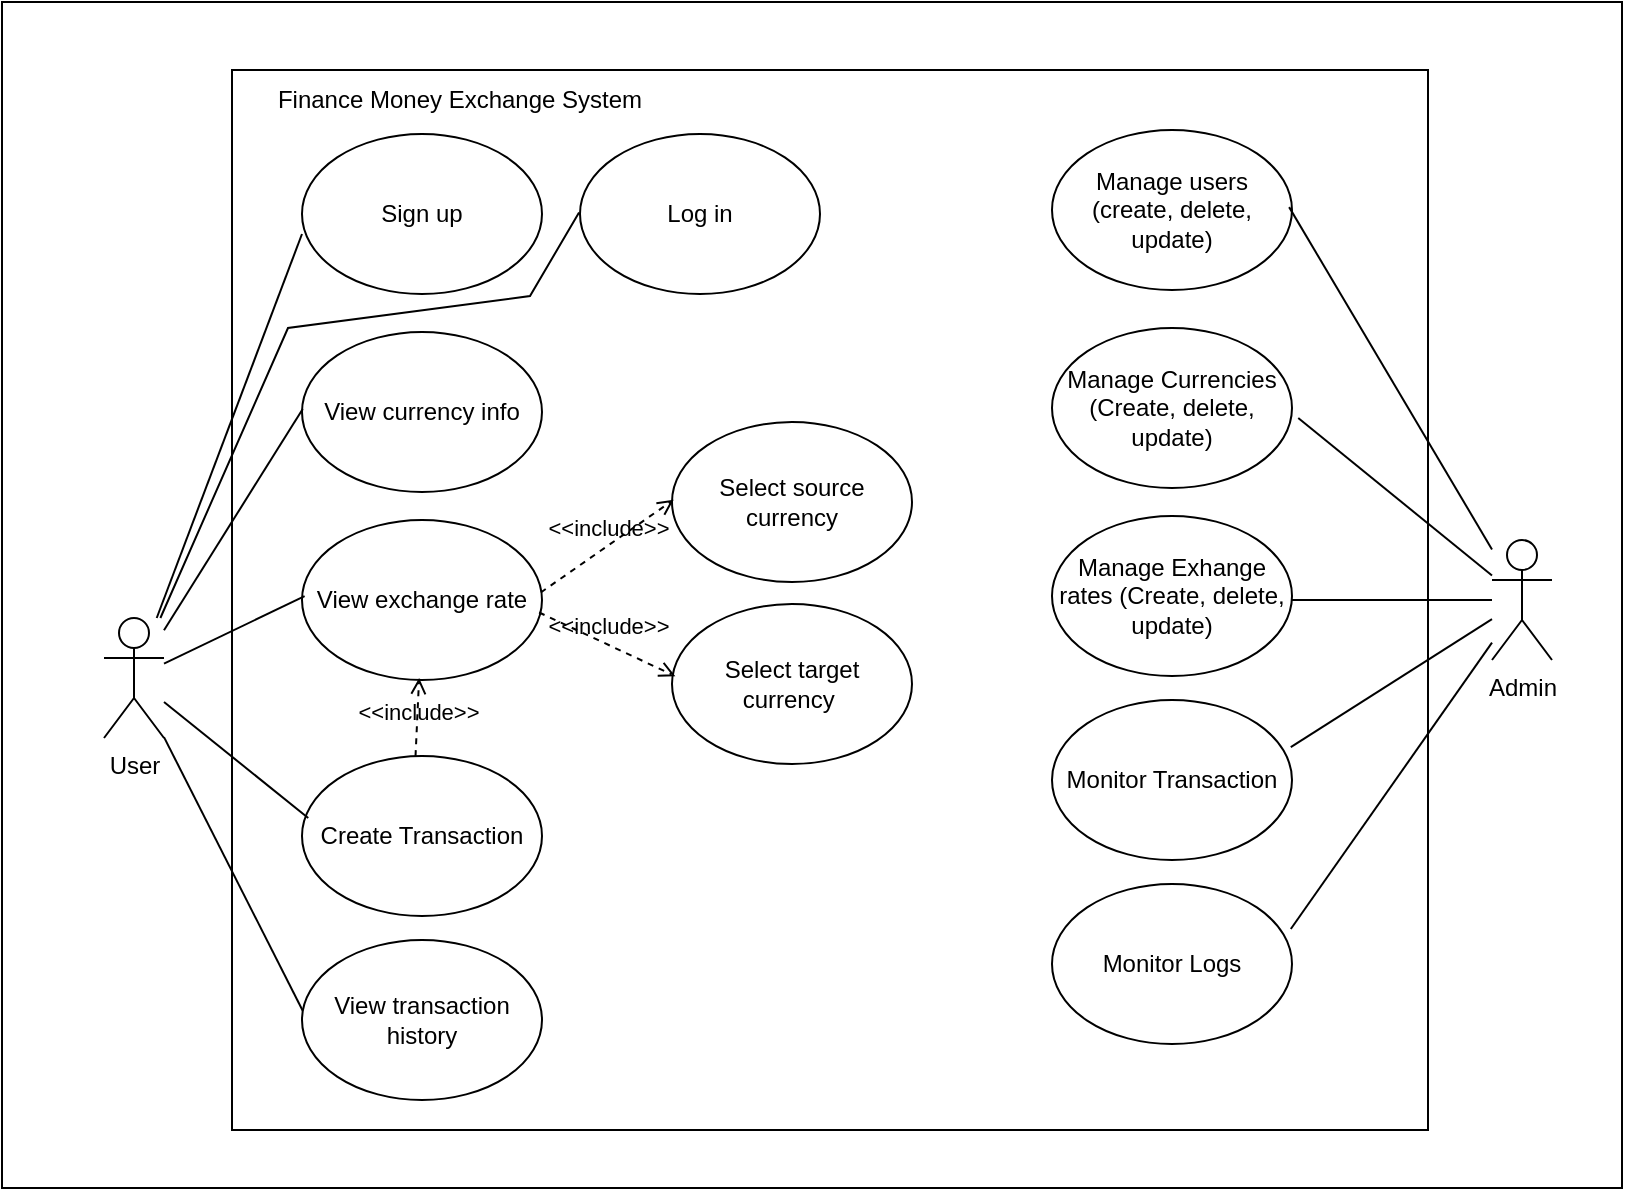
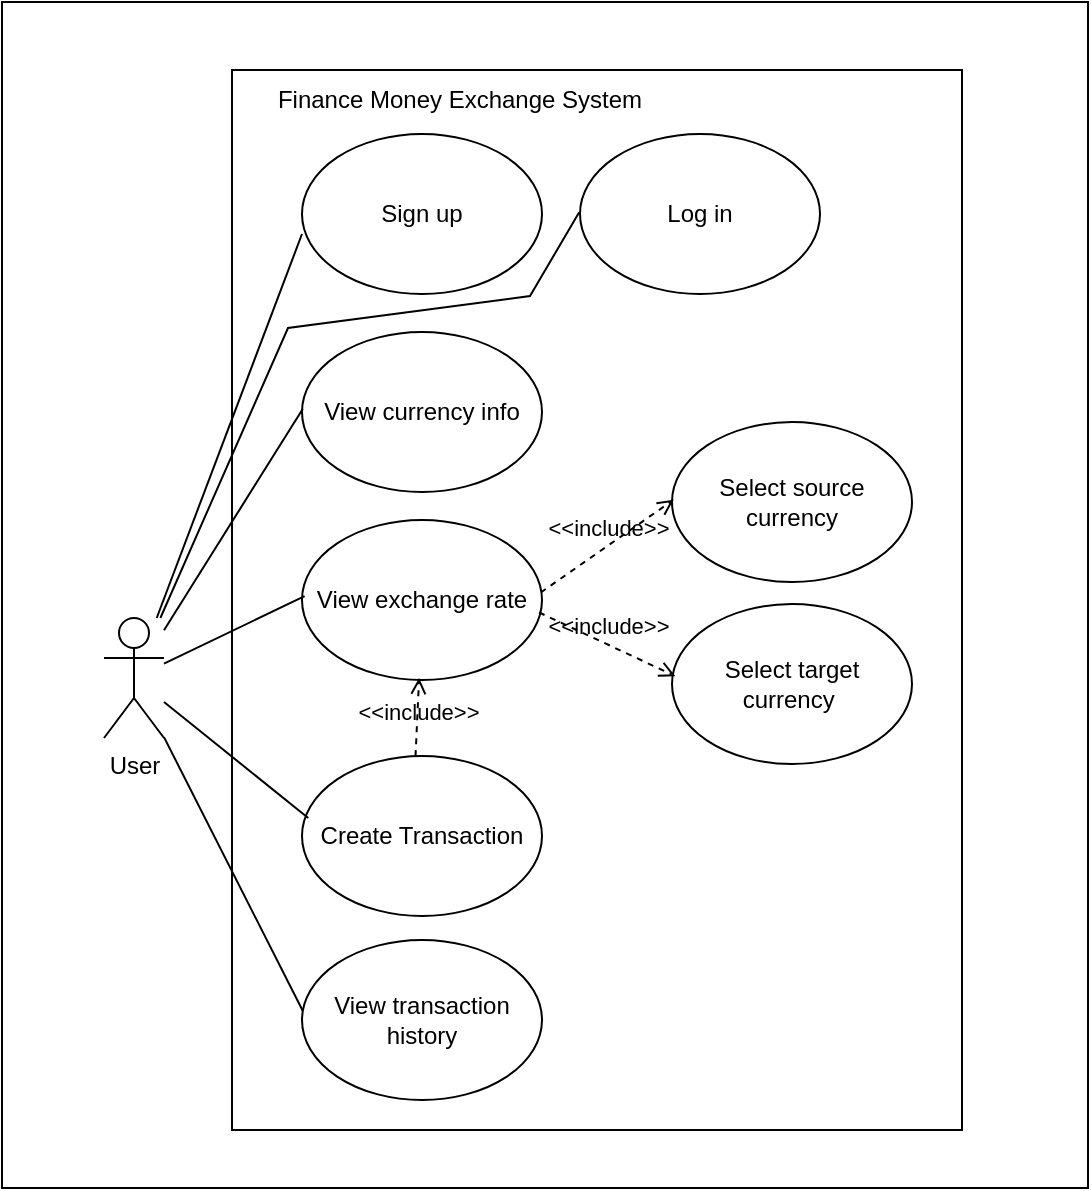
<mxfile host="app.diagrams.net">
  <diagram name="Page-1" id="EsPDE59GvTRvtKFqmjGg">
-     <mxGraphModel dx="1685" dy="556" grid="0" gridSize="10" guides="1" tooltips="1" connect="0" arrows="1" fold="1" page="1" pageScale="1" pageWidth="850" pageHeight="1100" background="#ffffff" math="0" shadow="0">
+     <mxGraphModel dx="1768" dy="612" grid="0" gridSize="10" guides="1" tooltips="1" connect="0" arrows="1" fold="1" page="1" pageScale="1" pageWidth="850" pageHeight="1100" background="#ffffff" math="0" shadow="0">
      <root>
        <mxCell id="0" />
        <mxCell id="1" parent="0" />
        <mxCell id="db6eSob7OuOy52q7YnZ2-105" parent="1" style="rounded=0;whiteSpace=wrap;html=1;" value="" vertex="1">
-           <mxGeometry height="593" width="810" x="-4" y="21" as="geometry" />
+           <mxGeometry height="593" width="543" x="-4" y="21" as="geometry" />
        </mxCell>
        <mxCell id="db6eSob7OuOy52q7YnZ2-83" parent="1" style="rounded=0;whiteSpace=wrap;html=1;" value="" vertex="1">
-           <mxGeometry height="530" width="598" x="111" y="55" as="geometry" />
+           <mxGeometry height="530" width="365" x="111" y="55" as="geometry" />
        </mxCell>
        <mxCell id="KX3Xa2U4nPOGi9V9Zbjt-1" parent="1" style="shape=umlActor;verticalLabelPosition=bottom;verticalAlign=top;html=1;outlineConnect=0;" value="User&lt;div&gt;&lt;br&gt;&lt;/div&gt;" vertex="1">
          <mxGeometry height="60" width="30" x="47" y="329" as="geometry" />
        </mxCell>
        <mxCell id="db6eSob7OuOy52q7YnZ2-1" parent="1" style="ellipse;whiteSpace=wrap;html=1;" value="Sign up" vertex="1">
          <mxGeometry height="80" width="120" x="146" y="87" as="geometry" />
        </mxCell>
        <mxCell id="db6eSob7OuOy52q7YnZ2-2" parent="1" style="ellipse;whiteSpace=wrap;html=1;" value="Log in" vertex="1">
          <mxGeometry height="80" width="120" x="285" y="87" as="geometry" />
        </mxCell>
        <mxCell id="db6eSob7OuOy52q7YnZ2-29" edge="1" parent="1" source="KX3Xa2U4nPOGi9V9Zbjt-1" style="endArrow=none;html=1;rounded=0;entryX=0;entryY=0.625;entryDx=0;entryDy=0;entryPerimeter=0;" target="db6eSob7OuOy52q7YnZ2-1" value="">
          <mxGeometry height="50" relative="1" width="50" as="geometry">
            <mxPoint x="320" y="440" as="sourcePoint" />
            <mxPoint x="370" y="390" as="targetPoint" />
          </mxGeometry>
        </mxCell>
        <mxCell id="db6eSob7OuOy52q7YnZ2-66" edge="1" parent="1" source="KX3Xa2U4nPOGi9V9Zbjt-1" style="endArrow=none;html=1;rounded=0;entryX=-0.004;entryY=0.491;entryDx=0;entryDy=0;entryPerimeter=0;" target="db6eSob7OuOy52q7YnZ2-2" value="">
          <mxGeometry height="50" relative="1" width="50" as="geometry">
            <Array as="points">
              <mxPoint x="139" y="184" />
              <mxPoint x="260" y="168" />
            </Array>
            <mxPoint x="350" y="382" as="sourcePoint" />
            <mxPoint x="322" y="194" as="targetPoint" />
          </mxGeometry>
        </mxCell>
        <mxCell id="db6eSob7OuOy52q7YnZ2-68" parent="1" style="text;html=1;whiteSpace=wrap;strokeColor=none;fillColor=none;align=center;verticalAlign=middle;rounded=0;" value="Finance Money Exchange System" vertex="1">
          <mxGeometry height="30" width="198" x="126" y="55" as="geometry" />
        </mxCell>
        <mxCell id="db6eSob7OuOy52q7YnZ2-70" parent="1" style="ellipse;whiteSpace=wrap;html=1;" value="View exchange rate" vertex="1">
          <mxGeometry height="80" width="120" x="146" y="280" as="geometry" />
        </mxCell>
        <mxCell id="db6eSob7OuOy52q7YnZ2-71" parent="1" style="ellipse;whiteSpace=wrap;html=1;" value="View currency info" vertex="1">
          <mxGeometry height="80" width="120" x="146" y="186" as="geometry" />
        </mxCell>
        <mxCell id="db6eSob7OuOy52q7YnZ2-72" parent="1" style="ellipse;whiteSpace=wrap;html=1;" value="Create Transaction" vertex="1">
          <mxGeometry height="80" width="120" x="146" y="398" as="geometry" />
        </mxCell>
        <mxCell id="db6eSob7OuOy52q7YnZ2-73" parent="1" style="ellipse;whiteSpace=wrap;html=1;" value="View transaction history" vertex="1">
          <mxGeometry height="80" width="120" x="146" y="490" as="geometry" />
        </mxCell>
        <mxCell id="db6eSob7OuOy52q7YnZ2-74" parent="1" style="ellipse;whiteSpace=wrap;html=1;" value="Select source currency" vertex="1">
          <mxGeometry height="80" width="120" x="331" y="231" as="geometry" />
        </mxCell>
        <mxCell id="db6eSob7OuOy52q7YnZ2-75" parent="1" style="ellipse;whiteSpace=wrap;html=1;" value="Select target currency&amp;nbsp;" vertex="1">
          <mxGeometry height="80" width="120" x="331" y="322" as="geometry" />
        </mxCell>
        <mxCell id="db6eSob7OuOy52q7YnZ2-76" edge="1" parent="1" source="db6eSob7OuOy52q7YnZ2-70" style="html=1;verticalAlign=bottom;labelBackgroundColor=none;endArrow=open;endFill=0;dashed=1;rounded=0;entryX=0.007;entryY=0.486;entryDx=0;entryDy=0;entryPerimeter=0;exitX=0.995;exitY=0.453;exitDx=0;exitDy=0;exitPerimeter=0;" target="db6eSob7OuOy52q7YnZ2-74" value="&amp;lt;&amp;lt;include&amp;gt;&amp;gt;">
          <mxGeometry relative="1" width="160" as="geometry">
            <mxPoint x="261" y="319" as="sourcePoint" />
            <mxPoint x="421" y="319" as="targetPoint" />
          </mxGeometry>
        </mxCell>
        <mxCell id="db6eSob7OuOy52q7YnZ2-77" edge="1" parent="1" source="db6eSob7OuOy52q7YnZ2-70" style="html=1;verticalAlign=bottom;labelBackgroundColor=none;endArrow=open;endFill=0;dashed=1;rounded=0;entryX=0.014;entryY=0.451;entryDx=0;entryDy=0;entryPerimeter=0;exitX=0.988;exitY=0.578;exitDx=0;exitDy=0;exitPerimeter=0;" target="db6eSob7OuOy52q7YnZ2-75" value="&amp;lt;&amp;lt;include&amp;gt;&amp;gt;">
          <mxGeometry relative="1" width="160" as="geometry">
            <mxPoint x="261" y="319" as="sourcePoint" />
            <mxPoint x="421" y="319" as="targetPoint" />
          </mxGeometry>
        </mxCell>
        <mxCell id="db6eSob7OuOy52q7YnZ2-78" edge="1" parent="1" source="db6eSob7OuOy52q7YnZ2-72" style="html=1;verticalAlign=bottom;labelBackgroundColor=none;endArrow=open;endFill=0;dashed=1;rounded=0;exitX=0.473;exitY=0.001;exitDx=0;exitDy=0;exitPerimeter=0;entryX=0.488;entryY=0.987;entryDx=0;entryDy=0;entryPerimeter=0;" target="db6eSob7OuOy52q7YnZ2-70" value="&amp;lt;&amp;lt;include&amp;gt;&amp;gt;">
          <mxGeometry relative="1" width="160" x="-0.3285" y="-1" as="geometry">
            <mxPoint as="offset" />
            <mxPoint x="261" y="381" as="sourcePoint" />
            <mxPoint x="421" y="381" as="targetPoint" />
          </mxGeometry>
        </mxCell>
        <mxCell id="db6eSob7OuOy52q7YnZ2-79" edge="1" parent="1" source="KX3Xa2U4nPOGi9V9Zbjt-1" style="endArrow=none;html=1;rounded=0;entryX=0.003;entryY=0.481;entryDx=0;entryDy=0;entryPerimeter=0;" target="db6eSob7OuOy52q7YnZ2-71" value="">
          <mxGeometry height="50" relative="1" width="50" as="geometry">
            <mxPoint x="316" y="349" as="sourcePoint" />
            <mxPoint x="366" y="299" as="targetPoint" />
          </mxGeometry>
        </mxCell>
        <mxCell id="db6eSob7OuOy52q7YnZ2-80" edge="1" parent="1" source="KX3Xa2U4nPOGi9V9Zbjt-1" style="endArrow=none;html=1;rounded=0;entryX=0.011;entryY=0.476;entryDx=0;entryDy=0;entryPerimeter=0;" target="db6eSob7OuOy52q7YnZ2-70" value="">
          <mxGeometry height="50" relative="1" width="50" as="geometry">
            <mxPoint x="316" y="349" as="sourcePoint" />
            <mxPoint x="366" y="299" as="targetPoint" />
          </mxGeometry>
        </mxCell>
        <mxCell id="db6eSob7OuOy52q7YnZ2-81" edge="1" parent="1" source="KX3Xa2U4nPOGi9V9Zbjt-1" style="endArrow=none;html=1;rounded=0;entryX=0.026;entryY=0.387;entryDx=0;entryDy=0;entryPerimeter=0;" target="db6eSob7OuOy52q7YnZ2-72" value="">
          <mxGeometry height="50" relative="1" width="50" as="geometry">
            <mxPoint x="316" y="349" as="sourcePoint" />
            <mxPoint x="366" y="299" as="targetPoint" />
          </mxGeometry>
        </mxCell>
        <mxCell id="db6eSob7OuOy52q7YnZ2-82" edge="1" parent="1" source="KX3Xa2U4nPOGi9V9Zbjt-1" style="endArrow=none;html=1;rounded=0;entryX=0.003;entryY=0.442;entryDx=0;entryDy=0;entryPerimeter=0;" target="db6eSob7OuOy52q7YnZ2-73" value="">
          <mxGeometry height="50" relative="1" width="50" as="geometry">
            <mxPoint x="316" y="349" as="sourcePoint" />
            <mxPoint x="366" y="299" as="targetPoint" />
          </mxGeometry>
        </mxCell>
-         <mxCell id="db6eSob7OuOy52q7YnZ2-85" parent="1" style="shape=umlActor;verticalLabelPosition=bottom;verticalAlign=top;html=1;outlineConnect=0;" value="Admin" vertex="1">
-           <mxGeometry height="60" width="30" x="741" y="290" as="geometry" />
-         </mxCell>
-         <mxCell id="db6eSob7OuOy52q7YnZ2-86" parent="1" style="ellipse;whiteSpace=wrap;html=1;" value="Manage users&lt;br&gt;(create, delete, update)" vertex="1">
-           <mxGeometry height="80" width="120" x="521" y="85" as="geometry" />
-         </mxCell>
-         <mxCell id="db6eSob7OuOy52q7YnZ2-88" edge="1" parent="1" source="db6eSob7OuOy52q7YnZ2-85" style="endArrow=none;html=1;rounded=0;entryX=0.988;entryY=0.482;entryDx=0;entryDy=0;entryPerimeter=0;" target="db6eSob7OuOy52q7YnZ2-86" value="">
-           <mxGeometry height="50" relative="1" width="50" as="geometry">
-             <mxPoint x="847" y="440" as="sourcePoint" />
-             <mxPoint x="897" y="390" as="targetPoint" />
-           </mxGeometry>
-         </mxCell>
-         <mxCell id="db6eSob7OuOy52q7YnZ2-91" parent="1" style="ellipse;whiteSpace=wrap;html=1;" value="Manage Exhange rates (Create, delete, update)" vertex="1">
-           <mxGeometry height="80" width="120" x="521" y="278" as="geometry" />
-         </mxCell>
-         <mxCell id="db6eSob7OuOy52q7YnZ2-92" parent="1" style="ellipse;whiteSpace=wrap;html=1;" value="Manage Currencies&lt;br&gt;(Create, delete, update)" vertex="1">
-           <mxGeometry height="80" width="120" x="521" y="184" as="geometry" />
-         </mxCell>
-         <mxCell id="db6eSob7OuOy52q7YnZ2-93" parent="1" style="ellipse;whiteSpace=wrap;html=1;" value="Monitor Transaction" vertex="1">
-           <mxGeometry height="80" width="120" x="521" y="370" as="geometry" />
-         </mxCell>
-         <mxCell id="db6eSob7OuOy52q7YnZ2-94" parent="1" style="ellipse;whiteSpace=wrap;html=1;" value="Monitor Logs" vertex="1">
-           <mxGeometry height="80" width="120" x="521" y="462" as="geometry" />
-         </mxCell>
-         <mxCell id="db6eSob7OuOy52q7YnZ2-100" edge="1" parent="1" source="db6eSob7OuOy52q7YnZ2-85" style="endArrow=none;html=1;rounded=0;entryX=1.026;entryY=0.562;entryDx=0;entryDy=0;entryPerimeter=0;" target="db6eSob7OuOy52q7YnZ2-92" value="">
-           <mxGeometry height="50" relative="1" width="50" as="geometry">
-             <mxPoint x="843" y="349" as="sourcePoint" />
-             <mxPoint x="893" y="299" as="targetPoint" />
-           </mxGeometry>
-         </mxCell>
-         <mxCell id="db6eSob7OuOy52q7YnZ2-101" edge="1" parent="1" source="db6eSob7OuOy52q7YnZ2-85" style="endArrow=none;html=1;rounded=0;" value="">
-           <mxGeometry height="50" relative="1" width="50" as="geometry">
-             <mxPoint x="843" y="349" as="sourcePoint" />
-             <mxPoint x="641" y="320" as="targetPoint" />
-           </mxGeometry>
-         </mxCell>
-         <mxCell id="db6eSob7OuOy52q7YnZ2-102" edge="1" parent="1" source="db6eSob7OuOy52q7YnZ2-85" style="endArrow=none;html=1;rounded=0;entryX=0.995;entryY=0.294;entryDx=0;entryDy=0;entryPerimeter=0;" target="db6eSob7OuOy52q7YnZ2-93" value="">
-           <mxGeometry height="50" relative="1" width="50" as="geometry">
-             <mxPoint x="843" y="349" as="sourcePoint" />
-             <mxPoint x="893" y="299" as="targetPoint" />
-           </mxGeometry>
-         </mxCell>
-         <mxCell id="db6eSob7OuOy52q7YnZ2-103" edge="1" parent="1" source="db6eSob7OuOy52q7YnZ2-85" style="endArrow=none;html=1;rounded=0;entryX=0.995;entryY=0.281;entryDx=0;entryDy=0;entryPerimeter=0;" target="db6eSob7OuOy52q7YnZ2-94" value="">
-           <mxGeometry height="50" relative="1" width="50" as="geometry">
-             <mxPoint x="843" y="349" as="sourcePoint" />
-             <mxPoint x="893" y="299" as="targetPoint" />
-           </mxGeometry>
-         </mxCell>
      </root>
    </mxGraphModel>
  </diagram>
</mxfile>
